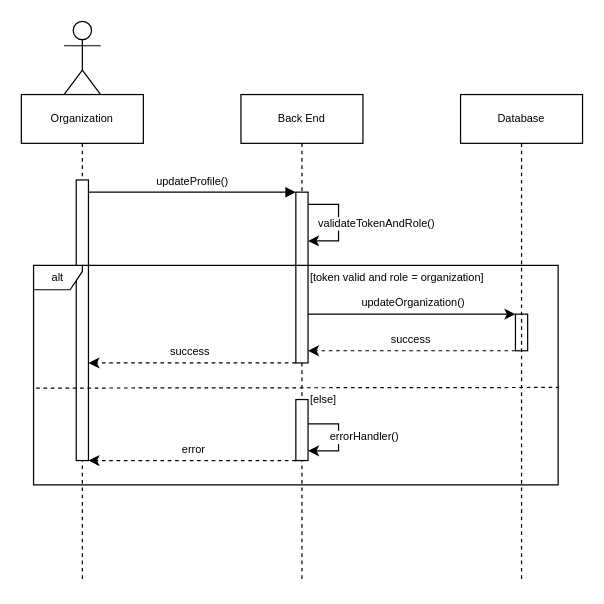
Earlier version of the draw.io diagram page "Org Update Profile" (3 of 11) of diagram/Untitled Diagram.drawio (SeeN-Zero/foundlunteer-diagram). Source tidied: cells renumbered, new cells numbered last; positions are measured from the earlier drawing's top-left corner, leaving out a move shared by most shapes. Both pictures are drawn from the tidied source at 122%, with x=0, y=0 at pixel (21, 21).
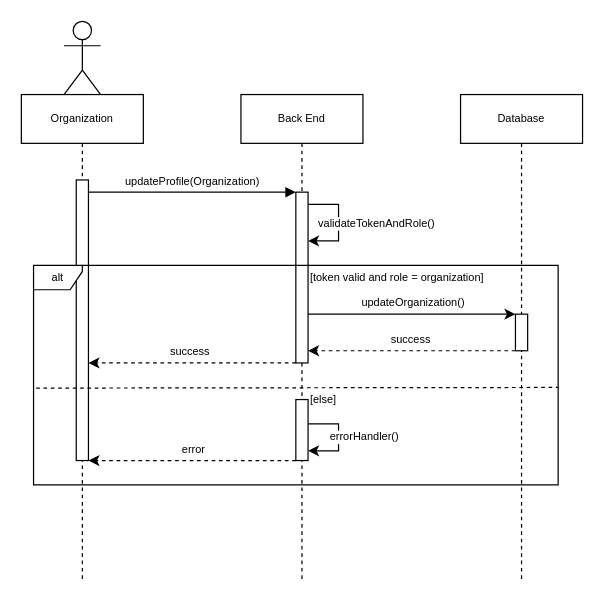
After the change.

The change refers to these unchanged cells:
```xml
<mxCell id="3" style="html=1;points=[];perimeter=orthogonalPerimeter;outlineConnect=0;targetShapes=umlLifeline;portConstraint=eastwest;newEdgeStyle={&quot;edgeStyle&quot;:&quot;elbowEdgeStyle&quot;,&quot;elbow&quot;:&quot;vertical&quot;,&quot;curved&quot;:0,&quot;rounded&quot;:0};fontSize=9;" parent="2" vertex="1">
  <mxGeometry x="45" y="70" width="10" height="230" as="geometry" />
</mxCell>
<mxCell id="5" style="html=1;points=[];perimeter=orthogonalPerimeter;outlineConnect=0;targetShapes=umlLifeline;portConstraint=eastwest;newEdgeStyle={&quot;edgeStyle&quot;:&quot;elbowEdgeStyle&quot;,&quot;elbow&quot;:&quot;vertical&quot;,&quot;curved&quot;:0,&quot;rounded&quot;:0};fontSize=9;" parent="4" vertex="1">
  <mxGeometry x="45" y="80" width="10" height="140" as="geometry" />
</mxCell>
```

What changed in the source:
```diff
@@
-    <mxCell id="6" value="updateProfile()" style="html=1;verticalAlign=bottom;endArrow=block;edgeStyle=elbowEdgeStyle;elbow=vertical;curved=0;rounded=0;fontSize=9;" parent="1" edge="1" source="3" target="5">
+    <mxCell id="6" value="updateProfile(Organization)" style="html=1;verticalAlign=bottom;endArrow=block;edgeStyle=elbowEdgeStyle;elbow=vertical;curved=0;rounded=0;fontSize=9;" parent="1" edge="1" source="3" target="5">
       <mxGeometry relative="1" as="geometry">
         <Array as="points">
           <mxPoint x="140" y="140" />
         </Array>
       </mxGeometry>
     </mxCell>
@@
-    <mxCell id="24" style="html=1;points=[];perimeter=orthogonalPerimeter;outlineConnect=0;targetShapes=umlLifeline;portConstraint=eastwest;newEdgeStyle={&quot;edgeStyle&quot;:&quot;elbowEdgeStyle&quot;,&quot;elbow&quot;:&quot;vertical&quot;,&quot;curved&quot;:0,&quot;rounded&quot;:0};labelBackgroundColor=default;fontFamily=Helvetica;fontSize=9;fontColor=default;fillColor=none;gradientColor=none;" parent="1" vertex="1">
+    <mxCell id="24" style="html=1;points=[];perimeter=orthogonalPerimeter;outlineConnect=0;targetShapes=umlLifeline;portConstraint=eastwest;newEdgeStyle={&quot;edgeStyle&quot;:&quot;elbowEdgeStyle&quot;,&quot;elbow&quot;:&quot;vertical&quot;,&quot;curved&quot;:0,&quot;rounded&quot;:0};labelBackgroundColor=default;fontFamily=Helvetica;fontSize=9;" parent="1" vertex="1">
       <mxGeometry x="405" y="240" width="10" height="30" as="geometry" />
     </mxCell>
```
